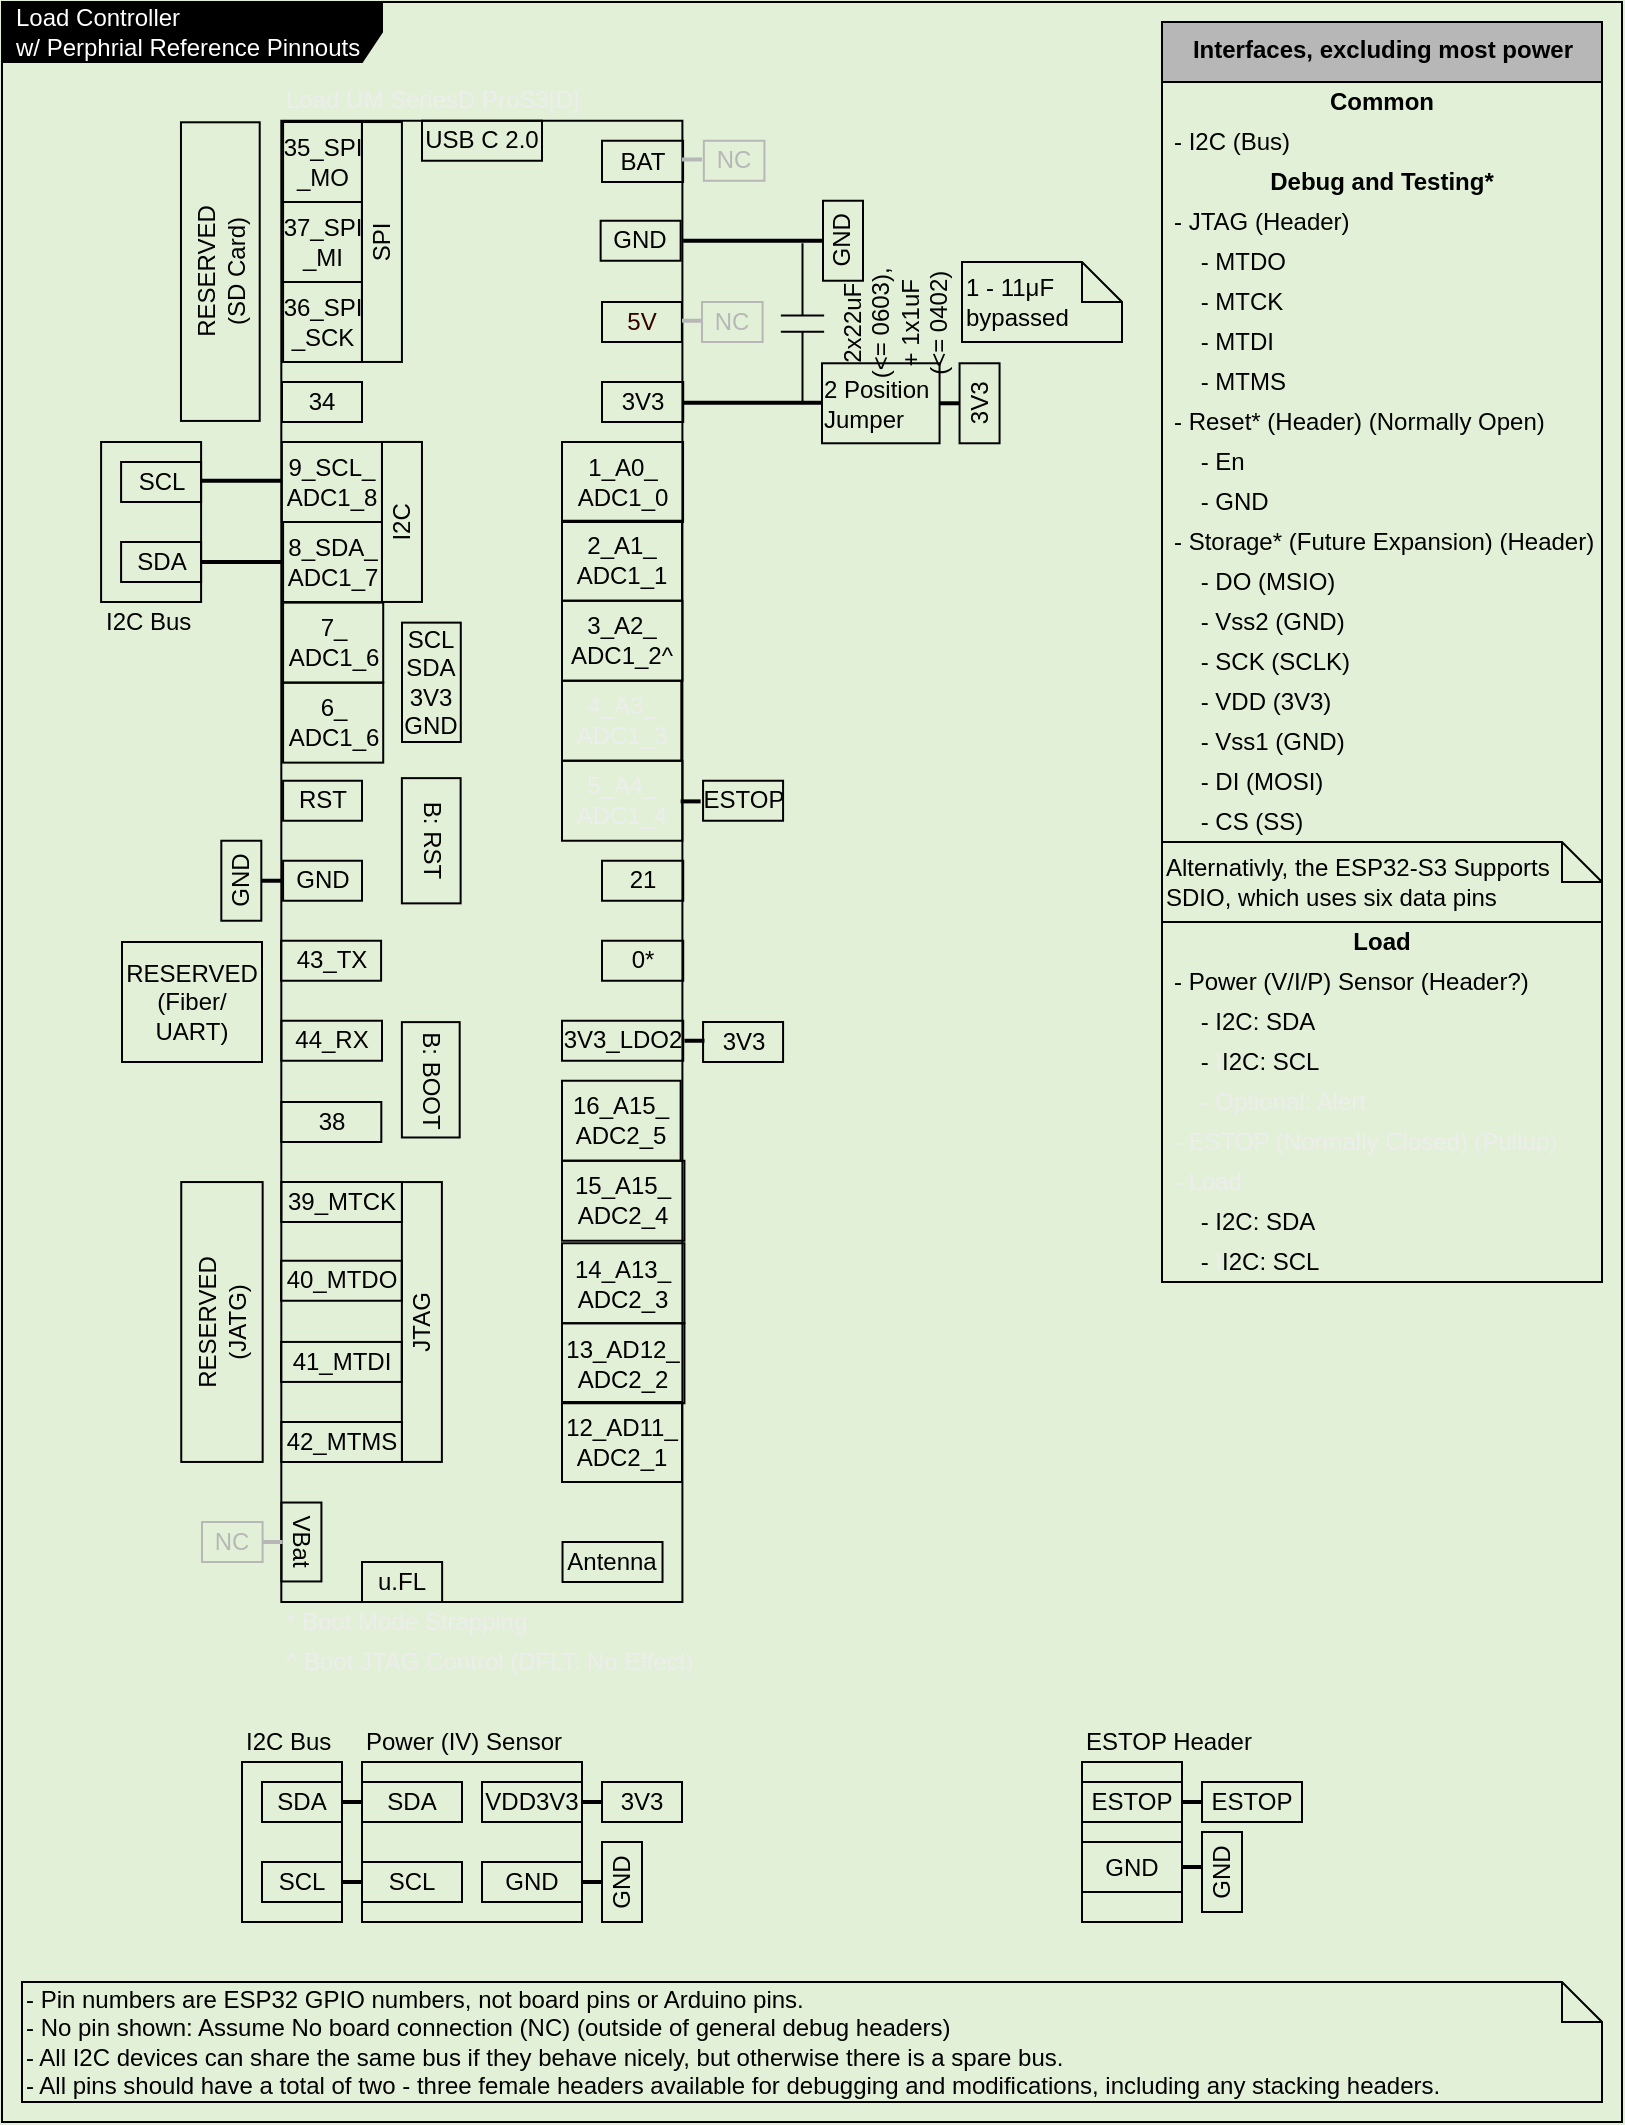
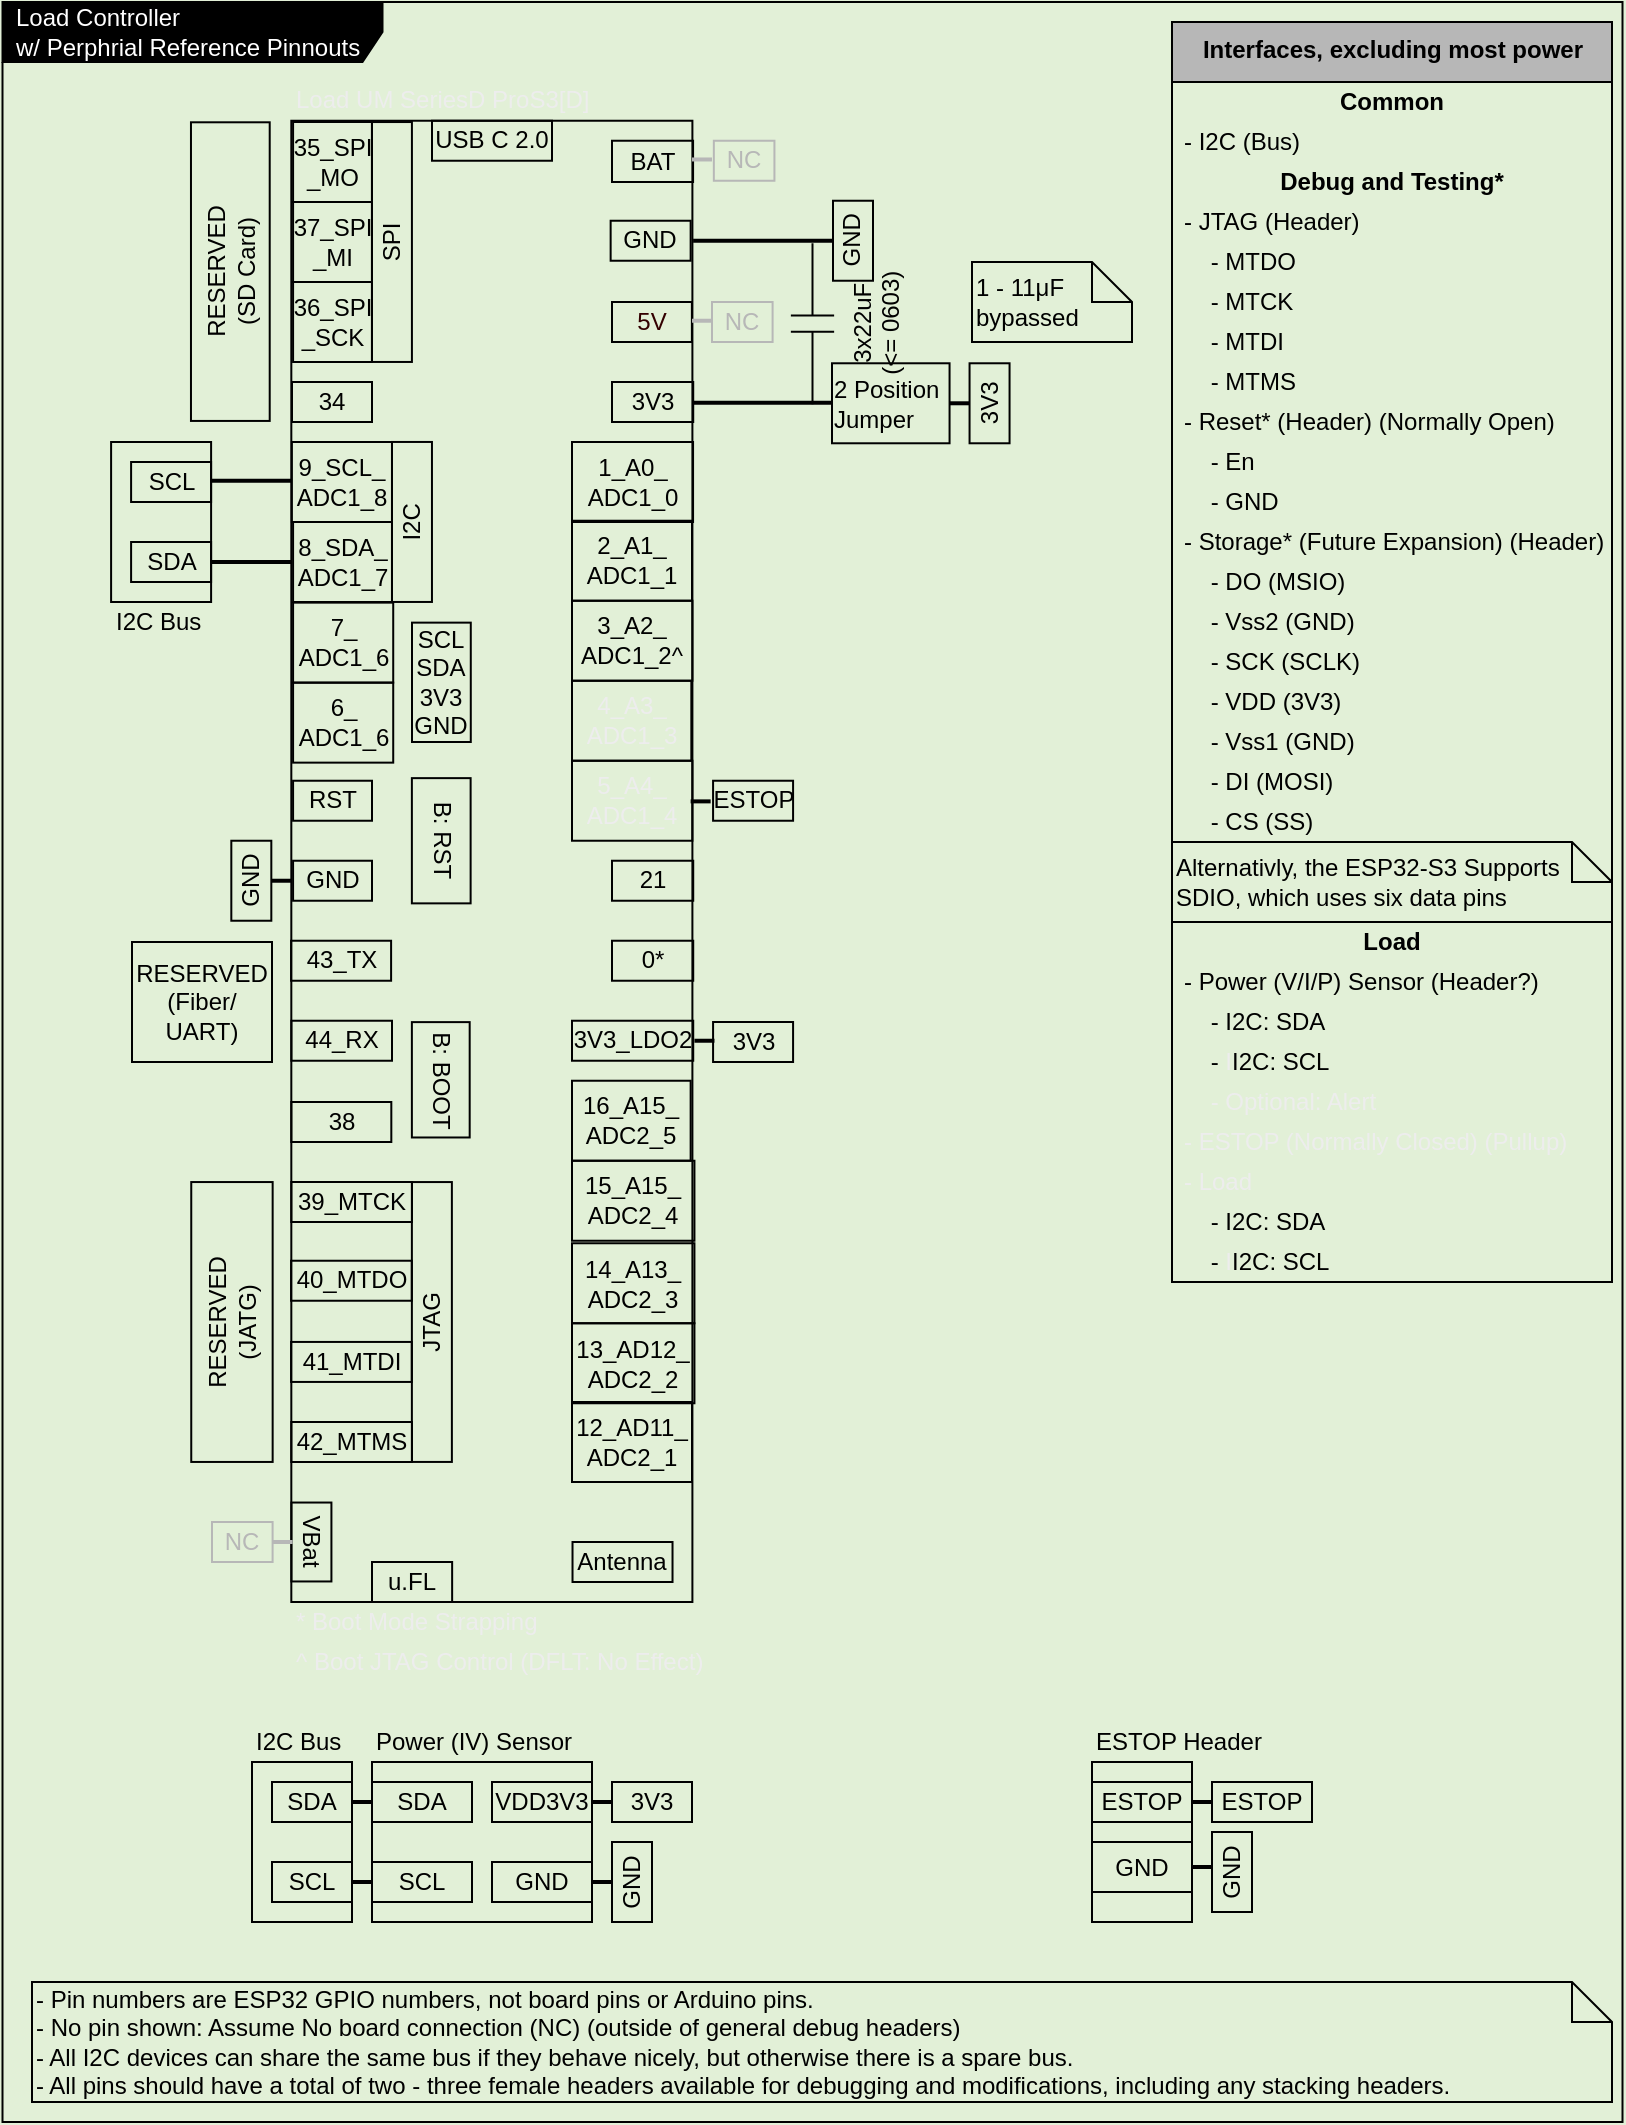
<mxfile host="65bd71144e">
    <diagram id="xW1vHMj48wwB0oUlumkL" name="Page-1">
-         <mxGraphModel dx="520" dy="423" grid="1" gridSize="10" guides="1" tooltips="1" connect="1" arrows="1" fold="1" page="1" pageScale="1" pageWidth="850" pageHeight="1100" background="#E2F0D7" math="0" shadow="0">
+         <mxGraphModel dx="702" dy="571" grid="1" gridSize="10" guides="1" tooltips="1" connect="1" arrows="1" fold="1" page="1" pageScale="1" pageWidth="850" pageHeight="1100" background="#E2F0D7" math="0" shadow="0">
            <root>
                <mxCell id="0"/>
                <mxCell id="1" parent="0"/>
                <mxCell id="1039" value="&lt;font color=&quot;#ffffff&quot;&gt;Load Controller&lt;br&gt;w/ Perphrial Reference Pinnouts&lt;/font&gt;" style="shape=umlFrame;whiteSpace=wrap;html=1;width=190;height=30;boundedLbl=1;verticalAlign=middle;align=left;spacingLeft=5;fontColor=#000000;strokeColor=#000000;fillColor=#000000;gradientColor=#000000;fillStyle=solid;movable=1;resizable=1;rotatable=1;deletable=1;editable=1;connectable=1;fontStyle=4" parent="1" vertex="1">
-                     <mxGeometry x="20" y="20" width="810" height="1060" as="geometry"/>
+                     <mxGeometry x="15.25" y="20" width="810" height="1060" as="geometry"/>
                </mxCell>
                <mxCell id="40" value="&lt;span style=&quot;color: rgba(0, 0, 0, 0); font-family: monospace; font-size: 0px; text-align: start;&quot;&gt;%3CmxGraphModel%3E%3Croot%3E%3CmxCell%20id%3D%220%22%2F%3E%3CmxCell%20id%3D%221%22%20parent%3D%220%22%2F%3E%3CmxCell%20id%3D%222%22%20value%3D%22Common%22%20style%3D%22text%3Bhtml%3D1%3BstrokeColor%3Dnone%3BfillColor%3Dnone%3Balign%3Dcenter%3BverticalAlign%3Dmiddle%3BspacingLeft%3D4%3BspacingRight%3D4%3Boverflow%3Dhidden%3Brotatable%3D0%3Bpoints%3D%5B%5B0%2C0.5%5D%2C%5B1%2C0.5%5D%5D%3BportConstraint%3Deastwest%3BfontColor%3D%23000000%3B%22%20vertex%3D%221%22%20parent%3D%221%22%3E%3CmxGeometry%20x%3D%22530%22%20y%3D%2280%22%20width%3D%22272.5%22%20height%3D%2220%22%20as%3D%22geometry%22%2F%3E%3C%2FmxCell%3E%3C%2Froot%3E%3C%2FmxGraphModel%3E&lt;/span&gt;" style="rounded=0;whiteSpace=wrap;html=1;fillColor=none;strokeColor=#000000;fontColor=#000000;" parent="1" vertex="1">
                    <mxGeometry x="159.66" y="79.37" width="200.54" height="740.63" as="geometry"/>
                </mxCell>
                <mxCell id="41" value="&lt;font style=&quot;color: light-dark(rgb(0, 0, 0), rgb(255, 255, 255));&quot;&gt;35_&lt;/font&gt;&lt;span style=&quot;background-color: transparent;&quot;&gt;&lt;font style=&quot;color: light-dark(rgb(0, 0, 0), rgb(255, 255, 255));&quot;&gt;SPI&lt;/font&gt;&lt;/span&gt;&lt;div&gt;&lt;span style=&quot;background-color: transparent;&quot;&gt;&lt;font style=&quot;color: light-dark(rgb(0, 0, 0), rgb(255, 255, 255));&quot;&gt;_MO&lt;/font&gt;&lt;/span&gt;&lt;/div&gt;" style="text;html=1;strokeColor=#000000;fillColor=none;align=center;verticalAlign=middle;whiteSpace=wrap;rounded=0;fontColor=#000000;" parent="1" vertex="1">
                    <mxGeometry x="160.54" y="80" width="39.46" height="40" as="geometry"/>
                </mxCell>
                <mxCell id="45" value="&lt;span&gt;&lt;font style=&quot;color: light-dark(rgb(237, 237, 237), rgb(255, 255, 255));&quot;&gt;Load UM SeriesD ProS3[D]&lt;/font&gt;&lt;/span&gt;" style="text;html=1;strokeColor=none;fillColor=none;align=left;verticalAlign=middle;whiteSpace=wrap;rounded=0;fontColor=#000000;" parent="1" vertex="1">
                    <mxGeometry x="160" y="59.37" width="200.54" height="20" as="geometry"/>
                </mxCell>
                <mxCell id="46" value="21" style="text;html=1;strokeColor=#000000;fillColor=none;align=center;verticalAlign=middle;whiteSpace=wrap;rounded=0;fontColor=#000000;" parent="1" vertex="1">
                    <mxGeometry x="320" y="449.37" width="40.61" height="20" as="geometry"/>
                </mxCell>
                <mxCell id="50" value="34" style="text;html=1;strokeColor=#000000;fillColor=none;align=center;verticalAlign=middle;whiteSpace=wrap;rounded=0;fontColor=#000000;" parent="1" vertex="1">
                    <mxGeometry x="159.99999999999997" y="210" width="40" height="20" as="geometry"/>
                </mxCell>
                <mxCell id="62" value="&lt;font style=&quot;color: light-dark(rgb(0, 0, 0), rgb(255, 255, 255));&quot;&gt;37_&lt;/font&gt;&lt;span style=&quot;background-color: transparent;&quot;&gt;&lt;font style=&quot;color: light-dark(rgb(0, 0, 0), rgb(255, 255, 255));&quot;&gt;SPI&lt;/font&gt;&lt;/span&gt;&lt;div&gt;&lt;font style=&quot;color: light-dark(rgb(0, 0, 0), rgb(255, 255, 255));&quot;&gt;_MI&lt;/font&gt;&lt;/div&gt;" style="text;html=1;strokeColor=#000000;fillColor=none;align=center;verticalAlign=middle;whiteSpace=wrap;rounded=0;fontColor=#000000;" parent="1" vertex="1">
                    <mxGeometry x="160.54" y="120" width="39.46" height="40" as="geometry"/>
                </mxCell>
                <mxCell id="64" value="&lt;font style=&quot;color: light-dark(rgb(0, 0, 0), rgb(255, 255, 255));&quot;&gt;36_&lt;/font&gt;&lt;span style=&quot;background-color: transparent;&quot;&gt;&lt;font style=&quot;color: light-dark(rgb(0, 0, 0), rgb(255, 255, 255));&quot;&gt;SPI&lt;/font&gt;&lt;/span&gt;&lt;div&gt;&lt;span style=&quot;background-color: transparent;&quot;&gt;&lt;font style=&quot;color: light-dark(rgb(0, 0, 0), rgb(255, 255, 255));&quot;&gt;_&lt;/font&gt;&lt;/span&gt;&lt;span style=&quot;background-color: transparent;&quot;&gt;&lt;font style=&quot;color: light-dark(rgb(0, 0, 0), rgb(255, 255, 255));&quot;&gt;SCK&lt;/font&gt;&lt;/span&gt;&lt;/div&gt;" style="text;html=1;strokeColor=#000000;fillColor=none;align=center;verticalAlign=middle;whiteSpace=wrap;rounded=0;fontColor=#000000;" parent="1" vertex="1">
                    <mxGeometry x="160.54" y="160" width="39.46" height="40" as="geometry"/>
                </mxCell>
                <mxCell id="66" value="RST" style="text;html=1;strokeColor=#000000;fillColor=none;align=center;verticalAlign=middle;whiteSpace=wrap;rounded=0;fontColor=#000000;" parent="1" vertex="1">
                    <mxGeometry x="160.54" y="409.37" width="39.46" height="20" as="geometry"/>
                </mxCell>
                <mxCell id="73" value="1_A0_&lt;br&gt;ADC1_0" style="text;html=1;strokeColor=#000000;fillColor=none;align=center;verticalAlign=middle;whiteSpace=wrap;rounded=0;fontColor=#000000;" parent="1" vertex="1">
                    <mxGeometry x="300" y="240" width="60.53" height="40" as="geometry"/>
                </mxCell>
                <mxCell id="110" value="&lt;span&gt;&lt;font style=&quot;color: light-dark(rgb(237, 237, 237), rgb(255, 255, 255));&quot;&gt;5_A4_&lt;br&gt;ADC1_4&lt;/font&gt;&lt;/span&gt;" style="text;html=1;strokeColor=#000000;fillColor=none;align=center;verticalAlign=middle;whiteSpace=wrap;rounded=0;fontColor=#000000;" parent="1" vertex="1">
                    <mxGeometry x="300" y="399.37" width="60.2" height="40" as="geometry"/>
                </mxCell>
                <mxCell id="111" value="43_TX" style="text;html=1;strokeColor=#000000;fillColor=none;align=center;verticalAlign=middle;whiteSpace=wrap;rounded=0;fontColor=#000000;" parent="1" vertex="1">
                    <mxGeometry x="159.54999999999995" y="489.37" width="50" height="20" as="geometry"/>
                </mxCell>
                <mxCell id="113" value="44_RX" style="text;html=1;strokeColor=#000000;fillColor=none;align=center;verticalAlign=middle;whiteSpace=wrap;rounded=0;fontColor=#000000;" parent="1" vertex="1">
                    <mxGeometry x="159.69" y="529.37" width="50.31" height="20" as="geometry"/>
                </mxCell>
                <mxCell id="115" value="5V" style="text;html=1;strokeColor=#000000;fillColor=none;align=center;verticalAlign=middle;whiteSpace=wrap;rounded=0;fontColor=#330000;" parent="1" vertex="1">
                    <mxGeometry x="320" y="170" width="39.94" height="20" as="geometry"/>
                </mxCell>
                <mxCell id="131" value="USB C 2.0" style="text;html=1;strokeColor=#000000;fillColor=none;align=center;verticalAlign=middle;whiteSpace=wrap;rounded=0;fontColor=#000000;" parent="1" vertex="1">
                    <mxGeometry x="230" y="79.37" width="60" height="20" as="geometry"/>
                </mxCell>
                <mxCell id="297" value="&lt;font style=&quot;color: light-dark(rgb(0, 0, 0), rgb(255, 255, 255));&quot;&gt;&lt;b style=&quot;&quot;&gt;Interfaces, excluding most power&lt;/b&gt;&lt;/font&gt;" style="swimlane;fontStyle=0;align=center;verticalAlign=top;childLayout=stackLayout;horizontal=1;startSize=30;horizontalStack=0;resizeParent=1;resizeParentMax=0;resizeLast=0;collapsible=0;marginBottom=0;html=1;fontColor=#000000;strokeColor=#000000;fillColor=#b7b7b7;" parent="1" vertex="1">
                    <mxGeometry x="600" y="30" width="220" height="630" as="geometry"/>
                </mxCell>
                <mxCell id="298" value="&lt;b&gt;&lt;font style=&quot;color: light-dark(rgb(0, 0, 0), rgb(255, 255, 255));&quot;&gt;Common&lt;/font&gt;&lt;/b&gt;" style="text;html=1;strokeColor=none;fillColor=none;align=center;verticalAlign=middle;spacingLeft=4;spacingRight=4;overflow=hidden;rotatable=0;points=[[0,0.5],[1,0.5]];portConstraint=eastwest;fontColor=#000000;" parent="297" vertex="1">
                    <mxGeometry y="30" width="220" height="20" as="geometry"/>
                </mxCell>
                <mxCell id="299" value="- I2C (Bus)" style="text;html=1;align=left;verticalAlign=middle;spacingLeft=4;spacingRight=4;overflow=hidden;rotatable=0;points=[[0,0.5],[1,0.5]];portConstraint=eastwest;fontColor=#000000;strokeColor=none;" parent="297" vertex="1">
                    <mxGeometry y="50" width="220" height="20" as="geometry"/>
                </mxCell>
                <mxCell id="302" value="&lt;b&gt;&lt;font style=&quot;color: light-dark(rgb(0, 0, 0), rgb(255, 255, 255));&quot;&gt;Debug and Testing*&lt;/font&gt;&lt;/b&gt;" style="text;html=1;strokeColor=none;fillColor=none;align=center;verticalAlign=middle;spacingLeft=4;spacingRight=4;overflow=hidden;rotatable=0;points=[[0,0.5],[1,0.5]];portConstraint=eastwest;fontColor=#000000;" parent="297" vertex="1">
                    <mxGeometry y="70" width="220" height="20" as="geometry"/>
                </mxCell>
                <mxCell id="309" value="- JTAG (Header)" style="text;html=1;align=left;verticalAlign=middle;spacingLeft=4;spacingRight=4;overflow=hidden;rotatable=0;points=[[0,0.5],[1,0.5]];portConstraint=eastwest;fontColor=#000000;strokeColor=none;" parent="297" vertex="1">
                    <mxGeometry y="90" width="220" height="20" as="geometry"/>
                </mxCell>
                <mxCell id="313" value="&amp;nbsp; &amp;nbsp; - MTDO" style="text;html=1;align=left;verticalAlign=middle;spacingLeft=4;spacingRight=4;overflow=hidden;rotatable=0;points=[[0,0.5],[1,0.5]];portConstraint=eastwest;fontColor=#000000;strokeColor=none;" parent="297" vertex="1">
                    <mxGeometry y="110" width="220" height="20" as="geometry"/>
                </mxCell>
                <mxCell id="314" value="&amp;nbsp; &amp;nbsp; - MTCK" style="text;html=1;align=left;verticalAlign=middle;spacingLeft=4;spacingRight=4;overflow=hidden;rotatable=0;points=[[0,0.5],[1,0.5]];portConstraint=eastwest;fontColor=#000000;strokeColor=none;" parent="297" vertex="1">
                    <mxGeometry y="130" width="220" height="20" as="geometry"/>
                </mxCell>
                <mxCell id="315" value="&amp;nbsp; &amp;nbsp; - MTDI" style="text;html=1;align=left;verticalAlign=middle;spacingLeft=4;spacingRight=4;overflow=hidden;rotatable=0;points=[[0,0.5],[1,0.5]];portConstraint=eastwest;fontColor=#000000;strokeColor=none;" parent="297" vertex="1">
                    <mxGeometry y="150" width="220" height="20" as="geometry"/>
                </mxCell>
                <mxCell id="310" value="&amp;nbsp; &amp;nbsp; - MTMS" style="text;html=1;align=left;verticalAlign=middle;spacingLeft=4;spacingRight=4;overflow=hidden;rotatable=0;points=[[0,0.5],[1,0.5]];portConstraint=eastwest;fontColor=#000000;strokeColor=none;" parent="297" vertex="1">
                    <mxGeometry y="170" width="220" height="20" as="geometry"/>
                </mxCell>
                <mxCell id="303" value="- Reset* (Header) (Normally Open)" style="text;html=1;align=left;verticalAlign=middle;spacingLeft=4;spacingRight=4;overflow=hidden;rotatable=0;points=[[0,0.5],[1,0.5]];portConstraint=eastwest;fontColor=#000000;strokeColor=none;" parent="297" vertex="1">
                    <mxGeometry y="190" width="220" height="20" as="geometry"/>
                </mxCell>
                <mxCell id="304" value="&amp;nbsp; &amp;nbsp; - En" style="text;html=1;align=left;verticalAlign=middle;spacingLeft=4;spacingRight=4;overflow=hidden;rotatable=0;points=[[0,0.5],[1,0.5]];portConstraint=eastwest;fontColor=#000000;strokeColor=none;" parent="297" vertex="1">
                    <mxGeometry y="210" width="220" height="20" as="geometry"/>
                </mxCell>
                <mxCell id="305" value="&amp;nbsp; &amp;nbsp; - GND" style="text;html=1;align=left;verticalAlign=middle;spacingLeft=4;spacingRight=4;overflow=hidden;rotatable=0;points=[[0,0.5],[1,0.5]];portConstraint=eastwest;fontColor=#000000;strokeColor=none;" parent="297" vertex="1">
                    <mxGeometry y="230" width="220" height="20" as="geometry"/>
                </mxCell>
                <mxCell id="316" value="- Storage* (Future Expansion) (Header)" style="text;html=1;align=left;verticalAlign=middle;spacingLeft=4;spacingRight=4;overflow=hidden;rotatable=0;points=[[0,0.5],[1,0.5]];portConstraint=eastwest;fontColor=#000000;strokeColor=none;" parent="297" vertex="1">
                    <mxGeometry y="250" width="220" height="20" as="geometry"/>
                </mxCell>
                <mxCell id="317" value="&lt;font style=&quot;&quot;&gt;&lt;font style=&quot;color: light-dark(rgb(0, 0, 0), rgb(255, 255, 255));&quot;&gt;&amp;nbsp; &amp;nbsp; -&amp;nbsp;&lt;/font&gt;&lt;span style=&quot;text-align: center;&quot;&gt;&lt;font style=&quot;color: light-dark(rgb(0, 0, 0), rgb(255, 255, 255));&quot;&gt;DO (MSIO)&lt;/font&gt;&lt;/span&gt;&lt;/font&gt;" style="text;html=1;align=left;verticalAlign=middle;spacingLeft=4;spacingRight=4;overflow=hidden;rotatable=0;points=[[0,0.5],[1,0.5]];portConstraint=eastwest;fontColor=#000000;strokeColor=none;" parent="297" vertex="1">
                    <mxGeometry y="270" width="220" height="20" as="geometry"/>
                </mxCell>
                <mxCell id="318" value="&amp;nbsp; &amp;nbsp; - Vss2 (GND)" style="text;html=1;align=left;verticalAlign=middle;spacingLeft=4;spacingRight=4;overflow=hidden;rotatable=0;points=[[0,0.5],[1,0.5]];portConstraint=eastwest;fontColor=#000000;strokeColor=none;" parent="297" vertex="1">
                    <mxGeometry y="290" width="220" height="20" as="geometry"/>
                </mxCell>
                <mxCell id="319" value="&lt;font&gt;&lt;font style=&quot;color: light-dark(rgb(0, 0, 0), rgb(255, 255, 255));&quot;&gt;&amp;nbsp; &amp;nbsp; -&amp;nbsp;&lt;/font&gt;&lt;span style=&quot;text-align: center;&quot;&gt;&lt;font style=&quot;color: light-dark(rgb(0, 0, 0), rgb(255, 255, 255));&quot;&gt;SCK (SCLK)&lt;/font&gt;&lt;/span&gt;&lt;/font&gt;" style="text;html=1;align=left;verticalAlign=middle;spacingLeft=4;spacingRight=4;overflow=hidden;rotatable=0;points=[[0,0.5],[1,0.5]];portConstraint=eastwest;fontColor=#000000;strokeColor=none;" parent="297" vertex="1">
                    <mxGeometry y="310" width="220" height="20" as="geometry"/>
                </mxCell>
                <mxCell id="320" value="&amp;nbsp; &amp;nbsp; - VDD (3V3)" style="text;html=1;align=left;verticalAlign=middle;spacingLeft=4;spacingRight=4;overflow=hidden;rotatable=0;points=[[0,0.5],[1,0.5]];portConstraint=eastwest;fontColor=#000000;strokeColor=none;" parent="297" vertex="1">
                    <mxGeometry y="330" width="220" height="20" as="geometry"/>
                </mxCell>
                <mxCell id="321" value="&amp;nbsp; &amp;nbsp; - Vss1 (GND)" style="text;html=1;align=left;verticalAlign=middle;spacingLeft=4;spacingRight=4;overflow=hidden;rotatable=0;points=[[0,0.5],[1,0.5]];portConstraint=eastwest;fontColor=#000000;strokeColor=none;" parent="297" vertex="1">
                    <mxGeometry y="350" width="220" height="20" as="geometry"/>
                </mxCell>
                <mxCell id="322" value="&lt;font style=&quot;&quot;&gt;&lt;font style=&quot;color: light-dark(rgb(0, 0, 0), rgb(255, 255, 255));&quot;&gt;&amp;nbsp; &amp;nbsp; -&amp;nbsp;&lt;/font&gt;&lt;span style=&quot;text-align: center;&quot;&gt;&lt;font style=&quot;color: light-dark(rgb(0, 0, 0), rgb(255, 255, 255));&quot;&gt;DI (MOSI)&lt;/font&gt;&lt;/span&gt;&lt;/font&gt;" style="text;html=1;align=left;verticalAlign=middle;spacingLeft=4;spacingRight=4;overflow=hidden;rotatable=0;points=[[0,0.5],[1,0.5]];portConstraint=eastwest;fontColor=#000000;strokeColor=none;" parent="297" vertex="1">
                    <mxGeometry y="370" width="220" height="20" as="geometry"/>
                </mxCell>
                <mxCell id="323" value="&amp;nbsp; &amp;nbsp; - CS (SS)" style="text;html=1;align=left;verticalAlign=middle;spacingLeft=4;spacingRight=4;overflow=hidden;rotatable=0;points=[[0,0.5],[1,0.5]];portConstraint=eastwest;fontColor=#000000;strokeColor=none;" parent="297" vertex="1">
                    <mxGeometry y="390" width="220" height="20" as="geometry"/>
                </mxCell>
                <mxCell id="1059" value="&lt;font style=&quot;color: light-dark(rgb(0, 0, 0), rgb(255, 255, 255));&quot;&gt;Alternativly, the ESP32-S3 Supports SDIO, which uses six data pins&lt;/font&gt;" style="shape=note;size=20;whiteSpace=wrap;html=1;strokeColor=#000000;fontColor=#000000;fillColor=none;align=left;" parent="297" vertex="1">
                    <mxGeometry y="410" width="220" height="40" as="geometry"/>
                </mxCell>
                <mxCell id="509" value="&lt;b&gt;&lt;font style=&quot;color: light-dark(rgb(0, 0, 0), rgb(255, 255, 255));&quot;&gt;Load&lt;/font&gt;&lt;/b&gt;" style="text;html=1;strokeColor=none;fillColor=none;align=center;verticalAlign=middle;spacingLeft=4;spacingRight=4;overflow=hidden;rotatable=0;points=[[0,0.5],[1,0.5]];portConstraint=eastwest;fontColor=#000000;" parent="297" vertex="1">
                    <mxGeometry y="450" width="220" height="20" as="geometry"/>
                </mxCell>
                <mxCell id="510" value="&lt;font style=&quot;color: light-dark(rgb(0, 0, 0), rgb(255, 255, 255));&quot;&gt;- Power (V/I/P) Sensor (Header?)&lt;span style=&quot;scrollbar-color: rgb(75, 75, 75) rgb(27, 29, 30); font-family: monospace; font-size: 0px;&quot;&gt;%3CmxGraphModel%3E%3Croot%3E%3CmxCell%20id%3D%220%22%2F%3E%3CmxCell%20id%3D%221%22%20parent%3D%220%22%2F%3E%3CmxCell%20id%3D%222%22%20value%3D%22%26amp%3Bnbsp%3B%20%26amp%3Bnbsp%3B%20-%20CS%20(SS)%22%20style%3D%22text%3Bhtml%3D1%3Balign%3Dleft%3BverticalAlign%3Dmiddle%3BspacingLeft%3D4%3BspacingRight%3D4%3Boverflow%3Dhidden%3Brotatable%3D0%3Bpoints%3D%5B%5B0%2C0.5%5D%2C%5B1%2C0.5%5D%5D%3BportConstraint%3Deastwest%3BfontColor%3D%23000000%3BstrokeColor%3Dnone%3B%22%20vertex%3D%221%22%20parent%3D%221%22%3E%3CmxGeometry%20x%3D%22610%22%20y%3D%22575%22%20width%3D%22220%22%20height%3D%2220%22%20as%3D%22geometry%22%2F%3E%3C%2FmxCell%3E%3C%2Froot%3E%3C%2FmxGraphModel%3E&lt;/span&gt;&lt;/font&gt;" style="text;html=1;align=left;verticalAlign=middle;spacingLeft=4;spacingRight=4;overflow=hidden;rotatable=0;points=[[0,0.5],[1,0.5]];portConstraint=eastwest;fontColor=#000000;strokeColor=none;" parent="297" vertex="1">
                    <mxGeometry y="470" width="220" height="20" as="geometry"/>
                </mxCell>
                <mxCell id="617" value="&amp;nbsp; &amp;nbsp; - I2C: SDA" style="text;html=1;align=left;verticalAlign=middle;spacingLeft=4;spacingRight=4;overflow=hidden;rotatable=0;points=[[0,0.5],[1,0.5]];portConstraint=eastwest;fontColor=#000000;strokeColor=none;" parent="297" vertex="1">
                    <mxGeometry y="490" width="220" height="20" as="geometry"/>
                </mxCell>
                <mxCell id="618" value="&amp;nbsp; &amp;nbsp; -&amp;nbsp;&lt;span style=&quot;color: rgb(237, 237, 237);&quot;&gt;I&lt;/span&gt;I2C: SCL" style="text;html=1;align=left;verticalAlign=middle;spacingLeft=4;spacingRight=4;overflow=hidden;rotatable=0;points=[[0,0.5],[1,0.5]];portConstraint=eastwest;fontColor=#000000;strokeColor=none;" parent="297" vertex="1">
                    <mxGeometry y="510" width="220" height="20" as="geometry"/>
                </mxCell>
                <mxCell id="515" value="&lt;span&gt;&lt;font style=&quot;color: light-dark(rgb(237, 237, 237), rgb(255, 255, 255));&quot;&gt;&amp;nbsp; &amp;nbsp; - Optional: Alert&lt;/font&gt;&lt;/span&gt;" style="text;html=1;align=left;verticalAlign=middle;spacingLeft=4;spacingRight=4;overflow=hidden;rotatable=0;points=[[0,0.5],[1,0.5]];portConstraint=eastwest;fontColor=#000000;strokeColor=none;" parent="297" vertex="1">
                    <mxGeometry y="530" width="220" height="20" as="geometry"/>
                </mxCell>
                <mxCell id="516" value="&lt;span&gt;&lt;font style=&quot;color: light-dark(rgb(237, 237, 237), rgb(255, 255, 255));&quot;&gt;- ESTOP (Normally Closed) (Pullup)&lt;/font&gt;&lt;/span&gt;" style="text;html=1;align=left;verticalAlign=middle;spacingLeft=4;spacingRight=4;overflow=hidden;rotatable=0;points=[[0,0.5],[1,0.5]];portConstraint=eastwest;fontColor=#000000;strokeColor=none;" parent="297" vertex="1">
                    <mxGeometry y="550" width="220" height="20" as="geometry"/>
                </mxCell>
                <mxCell id="1044" value="&lt;span&gt;&lt;font style=&quot;color: light-dark(rgb(237, 237, 237), rgb(255, 255, 255));&quot;&gt;- Load&lt;/font&gt;&lt;/span&gt;" style="text;html=1;align=left;verticalAlign=middle;spacingLeft=4;spacingRight=4;overflow=hidden;rotatable=0;points=[[0,0.5],[1,0.5]];portConstraint=eastwest;fontColor=#000000;strokeColor=none;" parent="297" vertex="1">
                    <mxGeometry y="570" width="220" height="20" as="geometry"/>
                </mxCell>
                <mxCell id="1068" value="&amp;nbsp; &amp;nbsp; - I2C: SDA" style="text;html=1;align=left;verticalAlign=middle;spacingLeft=4;spacingRight=4;overflow=hidden;rotatable=0;points=[[0,0.5],[1,0.5]];portConstraint=eastwest;fontColor=#000000;strokeColor=none;" parent="297" vertex="1">
                    <mxGeometry y="590" width="220" height="20" as="geometry"/>
                </mxCell>
                <mxCell id="1069" value="&amp;nbsp; &amp;nbsp; -&amp;nbsp;&lt;span style=&quot;color: rgb(237, 237, 237);&quot;&gt;I&lt;/span&gt;I2C: SCL" style="text;html=1;align=left;verticalAlign=middle;spacingLeft=4;spacingRight=4;overflow=hidden;rotatable=0;points=[[0,0.5],[1,0.5]];portConstraint=eastwest;fontColor=#000000;strokeColor=none;" parent="297" vertex="1">
                    <mxGeometry y="610" width="220" height="20" as="geometry"/>
                </mxCell>
                <mxCell id="432" value="&lt;span&gt;&lt;font style=&quot;color: light-dark(rgb(237, 237, 237), rgb(255, 255, 255));&quot;&gt;* Boot Mode Strapping&lt;/font&gt;&lt;/span&gt;" style="text;html=1;strokeColor=none;fillColor=none;align=left;verticalAlign=middle;whiteSpace=wrap;rounded=0;fontColor=#000000;" parent="1" vertex="1">
                    <mxGeometry x="159.55" y="820" width="200.45" height="20" as="geometry"/>
                </mxCell>
                <mxCell id="455" value="&lt;div&gt;&lt;span&gt;&lt;font style=&quot;color: light-dark(rgb(0, 0, 0), rgb(255, 255, 255));&quot;&gt;- Pin numbers are ESP32 GPIO numbers, not board pins or Arduino pins.&lt;/font&gt;&lt;/span&gt;&lt;/div&gt;- No pin shown: Assume No board connection (NC) (outside of general debug headers)&lt;br&gt;- All I2C devices can share the same bus if they behave nicely, but otherwise there is a spare bus.&lt;div&gt;&lt;font style=&quot;color: light-dark(rgb(0, 0, 0), rgb(255, 255, 255));&quot;&gt;- All pins should have a total of two - three female headers available for debugging and modifications, including any stacking headers.&lt;/font&gt;&lt;/div&gt;" style="shape=note;size=20;whiteSpace=wrap;html=1;strokeColor=#000000;fontColor=#000000;fillColor=none;align=left;" parent="1" vertex="1">
                    <mxGeometry x="30" y="1010" width="790" height="60" as="geometry"/>
                </mxCell>
                <mxCell id="720" value="B: RST" style="text;html=1;strokeColor=#000000;fillColor=none;align=center;verticalAlign=middle;whiteSpace=wrap;rounded=0;fontColor=#000000;rotation=90;" parent="1" vertex="1">
                    <mxGeometry x="203.32" y="424.69" width="62.61" height="29.37" as="geometry"/>
                </mxCell>
                <mxCell id="721" value="B: BOOT" style="text;html=1;strokeColor=#000000;fillColor=none;align=center;verticalAlign=middle;whiteSpace=wrap;rounded=0;fontColor=#000000;rotation=90;" parent="1" vertex="1">
                    <mxGeometry x="205.55" y="544.45" width="57.68" height="28.9" as="geometry"/>
                </mxCell>
                <mxCell id="724" value="BAT" style="text;html=1;strokeColor=#000000;fillColor=none;align=center;verticalAlign=middle;whiteSpace=wrap;rounded=0;fontColor=#000000;rotation=0;" parent="1" vertex="1">
                    <mxGeometry x="320" y="89.37" width="40.54" height="20.63" as="geometry"/>
                </mxCell>
                <mxCell id="725" value="GND" style="text;html=1;strokeColor=#000000;fillColor=none;align=center;verticalAlign=middle;whiteSpace=wrap;rounded=0;fontColor=#000000;rotation=-90;" parent="1" vertex="1">
                    <mxGeometry x="119.66" y="449.37" width="40" height="20" as="geometry"/>
                </mxCell>
                <mxCell id="727" value="" style="line;strokeWidth=2;html=1;strokeColor=#000000;fontColor=#000000;" parent="1" vertex="1">
                    <mxGeometry x="149.66" y="454.37" width="10" height="10" as="geometry"/>
                </mxCell>
                <mxCell id="731" value="SPI" style="text;html=1;strokeColor=#000000;fillColor=none;align=center;verticalAlign=middle;whiteSpace=wrap;rounded=0;fontColor=#000000;rotation=-90;" parent="1" vertex="1">
                    <mxGeometry x="149.98" y="130" width="119.96" height="20" as="geometry"/>
                </mxCell>
                <mxCell id="741" value="Antenna" style="text;html=1;strokeColor=#000000;fillColor=none;align=center;verticalAlign=middle;whiteSpace=wrap;rounded=0;fontColor=#000000;" parent="1" vertex="1">
                    <mxGeometry x="300.26" y="790" width="50" height="20" as="geometry"/>
                </mxCell>
                <mxCell id="750" value="GND" style="text;html=1;strokeColor=#000000;fillColor=none;align=center;verticalAlign=middle;whiteSpace=wrap;rounded=0;fontColor=#000000;" parent="1" vertex="1">
                    <mxGeometry x="319.32" y="129.37" width="40" height="20" as="geometry"/>
                </mxCell>
                <mxCell id="751" value="GND" style="text;html=1;strokeColor=#000000;fillColor=none;align=center;verticalAlign=middle;whiteSpace=wrap;rounded=0;fontColor=#000000;rotation=-90;" parent="1" vertex="1">
                    <mxGeometry x="420.5" y="129.37" width="40" height="20" as="geometry"/>
                </mxCell>
                <mxCell id="755" value="" style="line;strokeWidth=2;html=1;strokeColor=#000000;fontColor=#000000;" parent="1" vertex="1">
                    <mxGeometry x="360.54" y="134.37" width="69.46" height="10" as="geometry"/>
                </mxCell>
                <mxCell id="769" value="16_A15_&lt;br&gt;ADC2_5" style="text;html=1;strokeColor=#000000;fillColor=none;align=center;verticalAlign=middle;whiteSpace=wrap;rounded=0;fontColor=#000000;" parent="1" vertex="1">
                    <mxGeometry x="300" y="559.37" width="59.32" height="40" as="geometry"/>
                </mxCell>
                <mxCell id="770" value="13_AD12_&lt;br&gt;ADC2_2&lt;span style=&quot;font-family: monospace; font-size: 0px; text-align: start; text-wrap-mode: nowrap;&quot;&gt;%3CmxGraphModel%3E%3Croot%3E%3CmxCell%20id%3D%220%22%2F%3E%3CmxCell%20id%3D%221%22%20parent%3D%220%22%2F%3E%3CmxCell%20id%3D%222%22%20value%3D%2215_A15_%26lt%3Bbr%26gt%3BADC2_4%22%20style%3D%22text%3Bhtml%3D1%3BstrokeColor%3D%23000000%3BfillColor%3Dnone%3Balign%3Dcenter%3BverticalAlign%3Dmiddle%3BwhiteSpace%3Dwrap%3Brounded%3D0%3BfontColor%3D%23000000%3B%22%20vertex%3D%221%22%20parent%3D%221%22%3E%3CmxGeometry%20x%3D%22251.82%22%20y%3D%22599.37%22%20width%3D%2289.4%22%20height%3D%2240%22%20as%3D%22geometry%22%2F%3E%3C%2FmxCell%3E%3C%2Froot%3E%3C%2FmxGraphModel%3E&lt;/span&gt;" style="text;html=1;strokeColor=#000000;fillColor=none;align=center;verticalAlign=middle;whiteSpace=wrap;rounded=0;fontColor=#000000;" parent="1" vertex="1">
                    <mxGeometry x="300" y="680.63" width="61.22" height="40" as="geometry"/>
                </mxCell>
                <mxCell id="847" value="RESERVED&lt;div&gt;(SD Card)&lt;/div&gt;" style="text;html=1;strokeColor=#000000;fillColor=none;align=center;verticalAlign=middle;whiteSpace=wrap;rounded=0;fontColor=#000000;rotation=-90;" parent="1" vertex="1">
                    <mxGeometry x="54.51" y="135.12" width="149.32" height="39.37" as="geometry"/>
                </mxCell>
                <mxCell id="854" value="" style="group" parent="1" vertex="1" connectable="0">
                    <mxGeometry x="360.00000000000006" y="89.37" width="41.21999999999997" height="20" as="geometry"/>
                </mxCell>
                <mxCell id="855" value="NC" style="text;html=1;strokeColor=#B7B7B7;fillColor=none;align=center;verticalAlign=middle;whiteSpace=wrap;rounded=0;fontColor=#B7B7B7;" parent="854" vertex="1">
                    <mxGeometry x="10.919999999999959" width="30.3" height="20" as="geometry"/>
                </mxCell>
                <mxCell id="856" value="" style="line;strokeWidth=2;html=1;strokeColor=#B7B7B7;fontColor=#000000;" parent="854" vertex="1">
                    <mxGeometry y="4.3700000000000045" width="10" height="10" as="geometry"/>
                </mxCell>
                <mxCell id="894" value="2_A1_&lt;br&gt;ADC1_1" style="text;html=1;strokeColor=#000000;fillColor=none;align=center;verticalAlign=middle;whiteSpace=wrap;rounded=0;fontColor=#000000;" parent="1" vertex="1">
                    <mxGeometry x="300" y="279.37" width="60" height="40" as="geometry"/>
                </mxCell>
                <mxCell id="895" value="3_A2_&lt;br&gt;ADC1_2^" style="text;html=1;strokeColor=#000000;fillColor=none;align=center;verticalAlign=middle;whiteSpace=wrap;rounded=0;fontColor=#000000;" parent="1" vertex="1">
                    <mxGeometry x="300" y="319.37" width="60.2" height="40" as="geometry"/>
                </mxCell>
                <mxCell id="896" value="&lt;span&gt;&lt;font style=&quot;color: light-dark(rgb(237, 237, 237), rgb(255, 255, 255));&quot;&gt;4_A3_&lt;br&gt;ADC1_3&lt;/font&gt;&lt;/span&gt;" style="text;html=1;strokeColor=#000000;fillColor=none;align=center;verticalAlign=middle;whiteSpace=wrap;rounded=0;fontColor=#000000;" parent="1" vertex="1">
                    <mxGeometry x="300" y="359.37" width="59.67" height="40" as="geometry"/>
                </mxCell>
                <mxCell id="897" value="3V3" style="text;html=1;strokeColor=#000000;fillColor=none;align=center;verticalAlign=middle;whiteSpace=wrap;rounded=0;fontColor=#000000;" parent="1" vertex="1">
                    <mxGeometry x="320" y="210" width="40.61" height="20" as="geometry"/>
                </mxCell>
                <mxCell id="898" value="0*" style="text;html=1;strokeColor=#000000;fillColor=none;align=center;verticalAlign=middle;whiteSpace=wrap;rounded=0;fontColor=#000000;" parent="1" vertex="1">
                    <mxGeometry x="320" y="489.37" width="40.61" height="20" as="geometry"/>
                </mxCell>
                <mxCell id="903" value="3V3_LDO2" style="text;html=1;strokeColor=#000000;fillColor=none;align=center;verticalAlign=middle;whiteSpace=wrap;rounded=0;fontColor=#000000;" parent="1" vertex="1">
                    <mxGeometry x="300" y="529.37" width="60.61" height="20" as="geometry"/>
                </mxCell>
                <mxCell id="904" value="3V3" style="text;html=1;strokeColor=#000000;fillColor=none;align=center;verticalAlign=middle;whiteSpace=wrap;rounded=0;fontColor=#000000;" parent="1" vertex="1">
                    <mxGeometry x="370.54" y="530" width="40" height="20" as="geometry"/>
                </mxCell>
                <mxCell id="905" value="" style="line;strokeWidth=2;html=1;strokeColor=#000000;fontColor=#000000;" parent="1" vertex="1">
                    <mxGeometry x="361.2199999999999" y="534.37" width="10" height="10" as="geometry"/>
                </mxCell>
                <mxCell id="908" value="15_A15_&lt;br&gt;ADC2_4" style="text;html=1;strokeColor=#000000;fillColor=none;align=center;verticalAlign=middle;whiteSpace=wrap;rounded=0;fontColor=#000000;" parent="1" vertex="1">
                    <mxGeometry x="300" y="599.37" width="61.22" height="40" as="geometry"/>
                </mxCell>
                <mxCell id="909" value="14_A13_&lt;br&gt;ADC2_3" style="text;html=1;strokeColor=#000000;fillColor=none;align=center;verticalAlign=middle;whiteSpace=wrap;rounded=0;fontColor=#000000;" parent="1" vertex="1">
                    <mxGeometry x="300" y="640.63" width="61.22" height="40" as="geometry"/>
                </mxCell>
                <mxCell id="910" value="12_AD11_&lt;br&gt;ADC2_1&lt;span style=&quot;font-family: monospace; font-size: 0px; text-align: start; text-wrap-mode: nowrap;&quot;&gt;%3CmxGraphModel%3E%3Croot%3E%3CmxCell%20id%3D%220%22%2F%3E%3CmxCell%20id%3D%221%22%20parent%3D%220%22%2F%3E%3CmxCell%20id%3D%222%22%20value%3D%2215_A15_%26lt%3Bbr%26gt%3BADC2_4%22%20style%3D%22text%3Bhtml%3D1%3BstrokeColor%3D%23000000%3BfillColor%3Dnone%3Balign%3Dcenter%3BverticalAlign%3Dmiddle%3BwhiteSpace%3Dwrap%3Brounded%3D0%3BfontColor%3D%23000000%3B%22%20vertex%3D%221%22%20parent%3D%221%22%3E%3CmxGeometry%20x%3D%22251.82%22%20y%3D%22599.37%22%20width%3D%2289.4%22%20height%3D%2240%22%20as%3D%22geometry%22%2F%3E%3C%2FmxCell%3E%3C%2Froot%3E%3C%2FmxGraphModel%3E&lt;/span&gt;" style="text;html=1;strokeColor=#000000;fillColor=none;align=center;verticalAlign=middle;whiteSpace=wrap;rounded=0;fontColor=#000000;" parent="1" vertex="1">
                    <mxGeometry x="300" y="720" width="60" height="40" as="geometry"/>
                </mxCell>
                <mxCell id="911" value="u.FL" style="text;html=1;strokeColor=#000000;fillColor=none;align=center;verticalAlign=middle;whiteSpace=wrap;rounded=0;fontColor=#000000;" parent="1" vertex="1">
                    <mxGeometry x="200" y="800" width="40.07" height="20" as="geometry"/>
                </mxCell>
                <mxCell id="912" value="VBat" style="text;html=1;strokeColor=#000000;fillColor=none;align=center;verticalAlign=middle;whiteSpace=wrap;rounded=0;fontColor=#000000;rotation=90;" parent="1" vertex="1">
                    <mxGeometry x="149.98" y="780" width="39.46" height="20" as="geometry"/>
                </mxCell>
                <mxCell id="916" value="&lt;font style=&quot;color: light-dark(rgb(0, 0, 0), rgb(255, 255, 255));&quot;&gt;9_SCL_&lt;/font&gt;&lt;div&gt;&lt;font style=&quot;color: light-dark(rgb(0, 0, 0), rgb(255, 255, 255));&quot;&gt;ADC1_8&lt;/font&gt;&lt;/div&gt;" style="text;html=1;strokeColor=#000000;fillColor=none;align=center;verticalAlign=middle;whiteSpace=wrap;rounded=0;fontColor=#000000;" parent="1" vertex="1">
                    <mxGeometry x="159.93" y="240" width="50.07" height="40" as="geometry"/>
                </mxCell>
                <mxCell id="917" value="8_SDA_&lt;div&gt;&lt;font style=&quot;color: light-dark(rgb(0, 0, 0), rgb(255, 255, 255));&quot;&gt;ADC1_7&lt;/font&gt;&lt;/div&gt;" style="text;html=1;strokeColor=#000000;fillColor=none;align=center;verticalAlign=middle;whiteSpace=wrap;rounded=0;fontColor=#000000;" parent="1" vertex="1">
                    <mxGeometry x="160.54" y="280" width="49.46" height="40" as="geometry"/>
                </mxCell>
                <mxCell id="918" value="&lt;div&gt;&lt;font style=&quot;color: light-dark(rgb(0, 0, 0), rgb(255, 255, 255));&quot;&gt;SCL&lt;/font&gt;&lt;/div&gt;&lt;div&gt;&lt;font style=&quot;color: light-dark(rgb(0, 0, 0), rgb(255, 255, 255));&quot;&gt;SDA&lt;/font&gt;&lt;/div&gt;&lt;div&gt;&lt;font style=&quot;color: light-dark(rgb(0, 0, 0), rgb(255, 255, 255));&quot;&gt;3V3&lt;br&gt;GND&lt;/font&gt;&lt;/div&gt;" style="text;html=1;strokeColor=#000000;fillColor=none;align=center;verticalAlign=middle;whiteSpace=wrap;rounded=0;fontColor=#000000;" parent="1" vertex="1">
                    <mxGeometry x="220" y="330.32" width="29.39" height="59.68" as="geometry"/>
                </mxCell>
                <mxCell id="919" value="7_&lt;br&gt;ADC1_6" style="text;html=1;strokeColor=#000000;fillColor=none;align=center;verticalAlign=middle;whiteSpace=wrap;rounded=0;fontColor=#000000;" parent="1" vertex="1">
                    <mxGeometry x="160.54000000000002" y="320.32" width="50.07" height="40" as="geometry"/>
                </mxCell>
                <mxCell id="920" value="6_&lt;br&gt;ADC1_6" style="text;html=1;strokeColor=#000000;fillColor=none;align=center;verticalAlign=middle;whiteSpace=wrap;rounded=0;fontColor=#000000;" parent="1" vertex="1">
                    <mxGeometry x="160.54000000000002" y="360.32" width="50.07" height="40" as="geometry"/>
                </mxCell>
                <mxCell id="921" value="I2C" style="text;html=1;strokeColor=#000000;fillColor=none;align=center;verticalAlign=middle;whiteSpace=wrap;rounded=0;fontColor=#000000;rotation=-90;" parent="1" vertex="1">
                    <mxGeometry x="179.98" y="269.98" width="80" height="20" as="geometry"/>
                </mxCell>
                <mxCell id="922" value="GND" style="text;html=1;strokeColor=#000000;fillColor=none;align=center;verticalAlign=middle;whiteSpace=wrap;rounded=0;fontColor=#000000;" parent="1" vertex="1">
                    <mxGeometry x="160.54" y="449.37" width="39.46" height="20" as="geometry"/>
                </mxCell>
                <mxCell id="924" value="" style="group" parent="1" vertex="1" connectable="0">
                    <mxGeometry x="68.67000000000002" y="219.37" width="90.88000000000001" height="100.63" as="geometry"/>
                </mxCell>
                <mxCell id="735" value="" style="group" parent="924" vertex="1" connectable="0">
                    <mxGeometry x="0.8800000000000026" width="90" height="100.63" as="geometry"/>
                </mxCell>
                <mxCell id="505" value="" style="line;strokeWidth=2;html=1;strokeColor=#000000;fontColor=#000000;" parent="735" vertex="1">
                    <mxGeometry x="50" y="35" width="40" height="10" as="geometry"/>
                </mxCell>
                <mxCell id="590" value="" style="rounded=0;whiteSpace=wrap;html=1;fillColor=none;strokeColor=#000000;fontColor=#000000;container=0;" parent="735" vertex="1">
                    <mxGeometry y="20.629999999999995" width="50" height="80" as="geometry"/>
                </mxCell>
                <mxCell id="592" value="SCL" style="text;html=1;strokeColor=#000000;fillColor=none;align=center;verticalAlign=middle;whiteSpace=wrap;rounded=0;fontColor=#000000;container=0;" parent="735" vertex="1">
                    <mxGeometry x="10" y="30.629999999999995" width="40" height="20" as="geometry"/>
                </mxCell>
                <mxCell id="593" value="SDA" style="text;html=1;strokeColor=#000000;fillColor=none;align=center;verticalAlign=middle;whiteSpace=wrap;rounded=0;fontColor=#000000;container=0;" parent="735" vertex="1">
                    <mxGeometry x="10" y="70.63" width="40" height="20" as="geometry"/>
                </mxCell>
                <mxCell id="925" value="JTAG" style="text;html=1;strokeColor=#000000;fillColor=none;align=center;verticalAlign=middle;whiteSpace=wrap;rounded=0;fontColor=#000000;rotation=-90;" parent="1" vertex="1">
                    <mxGeometry x="159.97" y="670" width="139.94" height="20" as="geometry"/>
                </mxCell>
                <mxCell id="944" value="" style="group" parent="1" vertex="1" connectable="0">
                    <mxGeometry x="159.55" y="580" width="60.45000000000002" height="140" as="geometry"/>
                </mxCell>
                <mxCell id="737" value="39_MTCK" style="text;html=1;strokeColor=#000000;fillColor=none;align=center;verticalAlign=middle;whiteSpace=wrap;rounded=0;fontColor=#000000;" parent="944" vertex="1">
                    <mxGeometry x="0.10999999999998522" y="30" width="60.34" height="20" as="geometry"/>
                </mxCell>
                <mxCell id="926" value="40_MTDO" style="text;html=1;strokeColor=#000000;fillColor=none;align=center;verticalAlign=middle;whiteSpace=wrap;rounded=0;fontColor=#000000;" parent="944" vertex="1">
                    <mxGeometry y="69.37" width="60.34" height="20" as="geometry"/>
                </mxCell>
                <mxCell id="928" value="41_MTDI" style="text;html=1;strokeColor=#000000;fillColor=none;align=center;verticalAlign=middle;whiteSpace=wrap;rounded=0;fontColor=#000000;" parent="944" vertex="1">
                    <mxGeometry y="109.97000000000003" width="60.34" height="20" as="geometry"/>
                </mxCell>
                <mxCell id="929" value="42_MTMS" style="text;html=1;strokeColor=#000000;fillColor=none;align=center;verticalAlign=middle;whiteSpace=wrap;rounded=0;fontColor=#000000;" parent="944" vertex="1">
                    <mxGeometry x="0.11000000000001364" y="150" width="60.34" height="20" as="geometry"/>
                </mxCell>
                <mxCell id="123" value="38" style="text;html=1;strokeColor=#000000;fillColor=none;align=center;verticalAlign=middle;whiteSpace=wrap;rounded=0;fontColor=#000000;" parent="944" vertex="1">
                    <mxGeometry x="0.10999999999998522" y="-10" width="50" height="20" as="geometry"/>
                </mxCell>
                <mxCell id="977" value="" style="line;strokeWidth=2;html=1;strokeColor=#000000;fontColor=#000000;" parent="1" vertex="1">
                    <mxGeometry x="119.55000000000001" y="295" width="40" height="10" as="geometry"/>
                </mxCell>
                <mxCell id="998" value="" style="rounded=0;whiteSpace=wrap;html=1;fillColor=none;strokeColor=#000000;fontColor=#000000;" parent="1" vertex="1">
                    <mxGeometry x="430" y="200.64" width="58.78" height="40" as="geometry"/>
                </mxCell>
                <mxCell id="1009" value="" style="group" parent="1" vertex="1" connectable="0">
                    <mxGeometry x="140" y="880" width="240" height="100" as="geometry"/>
                </mxCell>
                <mxCell id="1010" value="Power (IV) Sensor" style="text;html=1;strokeColor=none;fillColor=none;align=left;verticalAlign=middle;whiteSpace=wrap;rounded=0;fontColor=#000000;container=0;" parent="1009" vertex="1">
                    <mxGeometry x="60" width="180" height="20" as="geometry"/>
                </mxCell>
                <mxCell id="1011" value="" style="line;strokeWidth=2;html=1;strokeColor=#000000;fontColor=#000000;container=0;" parent="1009" vertex="1">
                    <mxGeometry x="50" y="35" width="10" height="10" as="geometry"/>
                </mxCell>
                <mxCell id="1012" value="" style="line;strokeWidth=2;html=1;strokeColor=#000000;fontColor=#000000;container=0;" parent="1009" vertex="1">
                    <mxGeometry x="50" y="75" width="10" height="10" as="geometry"/>
                </mxCell>
                <mxCell id="1013" value="" style="rounded=0;whiteSpace=wrap;html=1;fillColor=none;strokeColor=#000000;fontColor=#000000;container=0;" parent="1009" vertex="1">
                    <mxGeometry x="60" y="20" width="110" height="80" as="geometry"/>
                </mxCell>
                <mxCell id="1014" value="VDD3V3" style="text;html=1;strokeColor=#000000;fillColor=none;align=center;verticalAlign=middle;whiteSpace=wrap;rounded=0;fontColor=#000000;container=0;" parent="1009" vertex="1">
                    <mxGeometry x="120" y="30" width="50" height="20" as="geometry"/>
                </mxCell>
                <mxCell id="1015" value="GND" style="text;html=1;strokeColor=#000000;fillColor=none;align=center;verticalAlign=middle;whiteSpace=wrap;rounded=0;fontColor=#000000;container=0;" parent="1009" vertex="1">
                    <mxGeometry x="120" y="70" width="50" height="20" as="geometry"/>
                </mxCell>
                <mxCell id="1016" value="SDA" style="text;html=1;strokeColor=#000000;fillColor=none;align=center;verticalAlign=middle;whiteSpace=wrap;rounded=0;fontColor=#000000;container=0;" parent="1009" vertex="1">
                    <mxGeometry x="60" y="30" width="50" height="20" as="geometry"/>
                </mxCell>
                <mxCell id="1017" value="SCL" style="text;html=1;strokeColor=#000000;fillColor=none;align=center;verticalAlign=middle;whiteSpace=wrap;rounded=0;fontColor=#000000;container=0;" parent="1009" vertex="1">
                    <mxGeometry x="60" y="70" width="50" height="20" as="geometry"/>
                </mxCell>
                <mxCell id="1018" value="GND" style="text;html=1;strokeColor=#000000;fillColor=none;align=center;verticalAlign=middle;whiteSpace=wrap;rounded=0;fontColor=#000000;container=0;rotation=-90;" parent="1009" vertex="1">
                    <mxGeometry x="170" y="70" width="40" height="20" as="geometry"/>
                </mxCell>
                <mxCell id="1019" value="3V3" style="text;html=1;strokeColor=#000000;fillColor=none;align=center;verticalAlign=middle;whiteSpace=wrap;rounded=0;fontColor=#000000;container=0;" parent="1009" vertex="1">
                    <mxGeometry x="180" y="30" width="40" height="20" as="geometry"/>
                </mxCell>
                <mxCell id="1020" value="" style="line;strokeWidth=2;html=1;strokeColor=#000000;fontColor=#000000;container=0;" parent="1009" vertex="1">
                    <mxGeometry x="170" y="35" width="10" height="10" as="geometry"/>
                </mxCell>
                <mxCell id="1021" value="" style="line;strokeWidth=2;html=1;strokeColor=#000000;fontColor=#000000;container=0;" parent="1009" vertex="1">
                    <mxGeometry x="170" y="75" width="10" height="10" as="geometry"/>
                </mxCell>
                <mxCell id="1022" value="" style="rounded=0;whiteSpace=wrap;html=1;fillColor=none;strokeColor=#000000;fontColor=#000000;container=0;" parent="1009" vertex="1">
                    <mxGeometry y="20" width="50" height="80" as="geometry"/>
                </mxCell>
                <mxCell id="1023" value="I2C Bus" style="text;html=1;strokeColor=none;fillColor=none;align=left;verticalAlign=middle;whiteSpace=wrap;rounded=0;fontColor=#000000;container=0;" parent="1009" vertex="1">
                    <mxGeometry width="50" height="20" as="geometry"/>
                </mxCell>
                <mxCell id="1024" value="SDA" style="text;html=1;strokeColor=#000000;fillColor=none;align=center;verticalAlign=middle;whiteSpace=wrap;rounded=0;fontColor=#000000;container=0;" parent="1009" vertex="1">
                    <mxGeometry x="10" y="30" width="40" height="20" as="geometry"/>
                </mxCell>
                <mxCell id="1025" value="SCL" style="text;html=1;strokeColor=#000000;fillColor=none;align=center;verticalAlign=middle;whiteSpace=wrap;rounded=0;fontColor=#000000;container=0;" parent="1009" vertex="1">
                    <mxGeometry x="10" y="70" width="40" height="20" as="geometry"/>
                </mxCell>
                <mxCell id="1041" value="" style="group" parent="1" vertex="1" connectable="0">
                    <mxGeometry x="560" y="880" width="110.68" height="100" as="geometry"/>
                </mxCell>
                <mxCell id="1027" value="" style="rounded=0;whiteSpace=wrap;html=1;fillColor=none;strokeColor=#000000;fontColor=#000000;container=0;" parent="1041" vertex="1">
                    <mxGeometry y="20" width="50" height="80" as="geometry"/>
                </mxCell>
                <mxCell id="1028" value="ESTOP Header" style="text;html=1;strokeColor=none;fillColor=none;align=left;verticalAlign=middle;whiteSpace=wrap;rounded=0;fontColor=#000000;container=0;" parent="1041" vertex="1">
                    <mxGeometry width="110.68" height="20" as="geometry"/>
                </mxCell>
                <mxCell id="1029" value="ESTOP" style="text;html=1;strokeColor=#000000;fillColor=none;align=center;verticalAlign=middle;whiteSpace=wrap;rounded=0;fontColor=#000000;" parent="1041" vertex="1">
                    <mxGeometry y="30" width="50" height="20" as="geometry"/>
                </mxCell>
                <mxCell id="1030" value="GND" style="text;html=1;strokeColor=#000000;fillColor=none;align=center;verticalAlign=middle;whiteSpace=wrap;rounded=0;fontColor=#000000;container=0;" parent="1041" vertex="1">
                    <mxGeometry y="60" width="50" height="25" as="geometry"/>
                </mxCell>
                <mxCell id="1031" value="" style="line;strokeWidth=2;html=1;strokeColor=#000000;fontColor=#000000;container=0;" parent="1041" vertex="1">
                    <mxGeometry x="50" y="67.5" width="10" height="10" as="geometry"/>
                </mxCell>
                <mxCell id="1032" value="GND" style="text;html=1;strokeColor=#000000;fillColor=none;align=center;verticalAlign=middle;whiteSpace=wrap;rounded=0;fontColor=#000000;container=0;rotation=-90;" parent="1041" vertex="1">
                    <mxGeometry x="50" y="65" width="40" height="20" as="geometry"/>
                </mxCell>
                <mxCell id="1033" value="ESTOP" style="text;html=1;strokeColor=#000000;fillColor=none;align=center;verticalAlign=middle;whiteSpace=wrap;rounded=0;fontColor=#000000;" parent="1041" vertex="1">
                    <mxGeometry x="60" y="30" width="50" height="20" as="geometry"/>
                </mxCell>
                <mxCell id="1034" value="" style="line;strokeWidth=2;html=1;strokeColor=#000000;fontColor=#000000;container=0;" parent="1041" vertex="1">
                    <mxGeometry x="50" y="35" width="10" height="10" as="geometry"/>
                </mxCell>
                <mxCell id="1042" value="" style="group" parent="1" vertex="1" connectable="0">
                    <mxGeometry x="420" y="200.64000000000001" width="98.78000000000003" height="40.629999999999995" as="geometry"/>
                </mxCell>
                <mxCell id="1001" value="3V3" style="text;html=1;strokeColor=#000000;fillColor=none;align=center;verticalAlign=middle;whiteSpace=wrap;rounded=0;fontColor=#000000;rotation=-90;" parent="1042" vertex="1">
                    <mxGeometry x="68.78000000000003" y="10" width="40" height="20" as="geometry"/>
                </mxCell>
                <mxCell id="1003" value="2 Position Jumper" style="text;html=1;strokeColor=none;fillColor=none;align=left;verticalAlign=middle;whiteSpace=wrap;rounded=0;fontColor=#000000;" parent="1042" vertex="1">
                    <mxGeometry x="9.32000000000005" width="58.78" height="40.63" as="geometry"/>
                </mxCell>
                <mxCell id="1006" value="" style="line;strokeWidth=2;html=1;strokeColor=#000000;fontColor=#000000;" parent="1042" vertex="1">
                    <mxGeometry x="68.78000000000003" y="15" width="10" height="10" as="geometry"/>
                </mxCell>
                <mxCell id="1048" value="" style="group" parent="1" vertex="1" connectable="0">
                    <mxGeometry x="120.00000000000001" y="780" width="40.30000000000004" height="20" as="geometry"/>
                </mxCell>
                <mxCell id="1047" value="" style="line;strokeWidth=2;html=1;strokeColor=#B7B7B7;fontColor=#000000;container=0;" parent="1048" vertex="1">
                    <mxGeometry x="30.30000000000004" y="5" width="10" height="10" as="geometry"/>
                </mxCell>
                <mxCell id="1046" value="NC" style="text;html=1;strokeColor=#B7B7B7;fillColor=none;align=center;verticalAlign=middle;whiteSpace=wrap;rounded=0;fontColor=#B7B7B7;" parent="1048" vertex="1">
                    <mxGeometry width="30.3" height="20" as="geometry"/>
                </mxCell>
                <mxCell id="591" value="I2C Bus" style="text;html=1;strokeColor=none;fillColor=none;align=left;verticalAlign=middle;whiteSpace=wrap;rounded=0;fontColor=#000000;container=0;" parent="1" vertex="1">
                    <mxGeometry x="69.55000000000001" y="320" width="50" height="20" as="geometry"/>
                </mxCell>
                <mxCell id="1060" value="RESERVED&lt;div&gt;(Fiber/ UART)&lt;/div&gt;" style="text;html=1;strokeColor=#000000;fillColor=none;align=center;verticalAlign=middle;whiteSpace=wrap;rounded=0;fontColor=#000000;rotation=0;" parent="1" vertex="1">
                    <mxGeometry x="80" y="490" width="70" height="60" as="geometry"/>
                </mxCell>
                <mxCell id="1062" value="RESERVED&lt;div&gt;(JATG)&lt;/div&gt;" style="text;html=1;strokeColor=#000000;fillColor=none;align=center;verticalAlign=middle;whiteSpace=wrap;rounded=0;fontColor=#000000;rotation=-90;" parent="1" vertex="1">
                    <mxGeometry x="60" y="659.65" width="139.95" height="40.7" as="geometry"/>
                </mxCell>
                <mxCell id="1057" value="&lt;span&gt;&lt;font style=&quot;color: light-dark(rgb(237, 237, 237), rgb(255, 255, 255));&quot;&gt;^ Boot JTAG Control (DFLT: No Effect)&lt;/font&gt;&lt;/span&gt;" style="text;html=1;strokeColor=none;fillColor=none;align=left;verticalAlign=middle;whiteSpace=wrap;rounded=0;fontColor=#000000;" parent="1" vertex="1">
                    <mxGeometry x="160" y="840" width="210" height="20" as="geometry"/>
                </mxCell>
                <mxCell id="1064" value="ESTOP" style="text;html=1;strokeColor=#000000;fillColor=none;align=center;verticalAlign=middle;whiteSpace=wrap;rounded=0;fontColor=#000000;" parent="1" vertex="1">
                    <mxGeometry x="370.54" y="409.37" width="40" height="20" as="geometry"/>
                </mxCell>
                <mxCell id="1066" value="" style="line;strokeWidth=2;html=1;strokeColor=#000000;fontColor=#000000;" parent="1" vertex="1">
                    <mxGeometry x="359.32" y="414.69" width="10" height="10" as="geometry"/>
                </mxCell>
                <mxCell id="1067" value="&lt;font style=&quot;&quot;&gt;&lt;span style=&quot;color: light-dark(rgb(0, 0, 0), rgb(255, 255, 255)); scrollbar-color: rgb(75, 75, 75) rgb(27, 29, 30); text-wrap-mode: nowrap; text-align: center;&quot;&gt;1 - 11μF&lt;/span&gt;&lt;/font&gt;&lt;div&gt;&lt;font style=&quot;&quot;&gt;&lt;font&gt;&lt;span style=&quot;text-align: center; text-wrap-mode: nowrap; background-color: transparent;&quot;&gt;&lt;font style=&quot;color: light-dark(rgb(0, 0, 0), rgb(255, 255, 255));&quot;&gt;bypassed&lt;/font&gt;&lt;/span&gt;&lt;span style=&quot;color: light-dark(rgb(0, 0, 0), rgb(255, 255, 255)); font-family: monospace; font-size: 0px; text-wrap-mode: nowrap;&quot;&gt;%3CmxGraphModel%3E%3Croot%3E%3CmxCell%20id%3D%220%22%2F%3E%3CmxCell%20id%3D%221%22%20parent%3D%220%22%2F%3E%3CmxCell%20id%3D%222%22%20value%3D%22100nF%22%20style%3D%22pointerEvents%3D1%3BverticalLabelPosition%3Dbottom%3Bshadow%3D0%3Bdashed%3D0%3Balign%3Dcenter%3Bhtml%3D1%3BverticalAlign%3Dtop%3Bshape%3Dmxgraph.electrical.capacitors.capacitor_1%3Brotation%3D-90%3B%22%20vertex%3D%221%22%20parent%3D%221%22%3E%3CmxGeometry%20x%3D%22105.02000000000001%22%20y%3D%22209.18%22%20width%3D%2280.5%22%20height%3D%2221.63%22%20as%3D%22geometry%22%2F%3E%3C%2FmxCell%3E%3C%2Froot%3E%3C%2FmxGraphModel%3E&lt;/span&gt;&lt;/font&gt;&lt;/font&gt;&lt;/div&gt;" style="shape=note;size=20;whiteSpace=wrap;html=1;strokeColor=#000000;fontColor=#000000;fillColor=none;align=left;" parent="1" vertex="1">
                    <mxGeometry x="500" y="150" width="80" height="40" as="geometry"/>
                </mxCell>
                <mxCell id="112" value="" style="line;strokeWidth=2;html=1;strokeColor=#000000;fontColor=#000000;" parent="1" vertex="1">
                    <mxGeometry x="360" y="215.32" width="70" height="10" as="geometry"/>
                </mxCell>
-                 <mxCell id="1070" value="&lt;font style=&quot;scrollbar-color: rgb(75, 75, 75) rgb(27, 29, 30); color: light-dark(rgb(0, 0, 0), rgb(255, 255, 255));&quot;&gt;2x22uF&lt;/font&gt;&lt;div style=&quot;scrollbar-color: rgb(75, 75, 75) rgb(27, 29, 30);&quot;&gt;&lt;font style=&quot;color: light-dark(rgb(0, 0, 0), rgb(255, 255, 255));&quot;&gt;&lt;font style=&quot;scrollbar-color: rgb(75, 75, 75) rgb(27, 29, 30);&quot;&gt;(&amp;lt;= 0603),&lt;/font&gt;&lt;br style=&quot;scrollbar-color: rgb(75, 75, 75) rgb(27, 29, 30);&quot;&gt;&lt;/font&gt;&lt;/div&gt;&lt;div style=&quot;scrollbar-color: rgb(75, 75, 75) rgb(27, 29, 30);&quot;&gt;&lt;font style=&quot;scrollbar-color: rgb(75, 75, 75) rgb(27, 29, 30); color: light-dark(rgb(0, 0, 0), rgb(255, 255, 255));&quot;&gt;+ 1x1uF&lt;/font&gt;&lt;/div&gt;&lt;div style=&quot;scrollbar-color: rgb(75, 75, 75) rgb(27, 29, 30);&quot;&gt;&lt;font style=&quot;scrollbar-color: rgb(75, 75, 75) rgb(27, 29, 30); color: light-dark(rgb(0, 0, 0), rgb(255, 255, 255));&quot;&gt;(&amp;lt;= 0402)&lt;/font&gt;&lt;/div&gt;" style="pointerEvents=1;verticalLabelPosition=bottom;shadow=0;dashed=0;align=center;html=1;verticalAlign=top;shape=mxgraph.electrical.capacitors.capacitor_1;rotation=-90;" parent="1" vertex="1">
+                 <mxCell id="1070" value="&lt;font style=&quot;scrollbar-color: rgb(75, 75, 75) rgb(27, 29, 30); color: light-dark(rgb(0, 0, 0), rgb(255, 255, 255));&quot;&gt;3x22uF&lt;/font&gt;&lt;div style=&quot;scrollbar-color: rgb(75, 75, 75) rgb(27, 29, 30);&quot;&gt;&lt;font style=&quot;&quot;&gt;&lt;font style=&quot;scrollbar-color: rgb(75, 75, 75) rgb(27, 29, 30); color: light-dark(rgb(0, 0, 0), rgb(255, 255, 255));&quot;&gt;(&amp;lt;= 0603)&lt;/font&gt;&lt;/font&gt;&lt;/div&gt;" style="pointerEvents=1;verticalLabelPosition=bottom;shadow=0;dashed=0;align=center;html=1;verticalAlign=top;shape=mxgraph.electrical.capacitors.capacitor_1;rotation=-90;" parent="1" vertex="1">
                    <mxGeometry x="380.00000000000006" y="170" width="80.5" height="21.63" as="geometry"/>
                </mxCell>
                <mxCell id="1071" value="" style="group" parent="1" vertex="1" connectable="0">
                    <mxGeometry x="360.00000000000006" y="170" width="41.21999999999997" height="20" as="geometry"/>
                </mxCell>
                <mxCell id="202" value="NC" style="text;html=1;strokeColor=#B7B7B7;fillColor=none;align=center;verticalAlign=middle;whiteSpace=wrap;rounded=0;fontColor=#B7B7B7;" parent="1071" vertex="1">
                    <mxGeometry x="9.99999999999996" width="30.3" height="20" as="geometry"/>
                </mxCell>
                <mxCell id="203" value="" style="line;strokeWidth=2;html=1;strokeColor=#B7B7B7;fontColor=#000000;" parent="1071" vertex="1">
                    <mxGeometry y="4.3700000000000045" width="10" height="10" as="geometry"/>
                </mxCell>
            </root>
        </mxGraphModel>
    </diagram>
</mxfile>